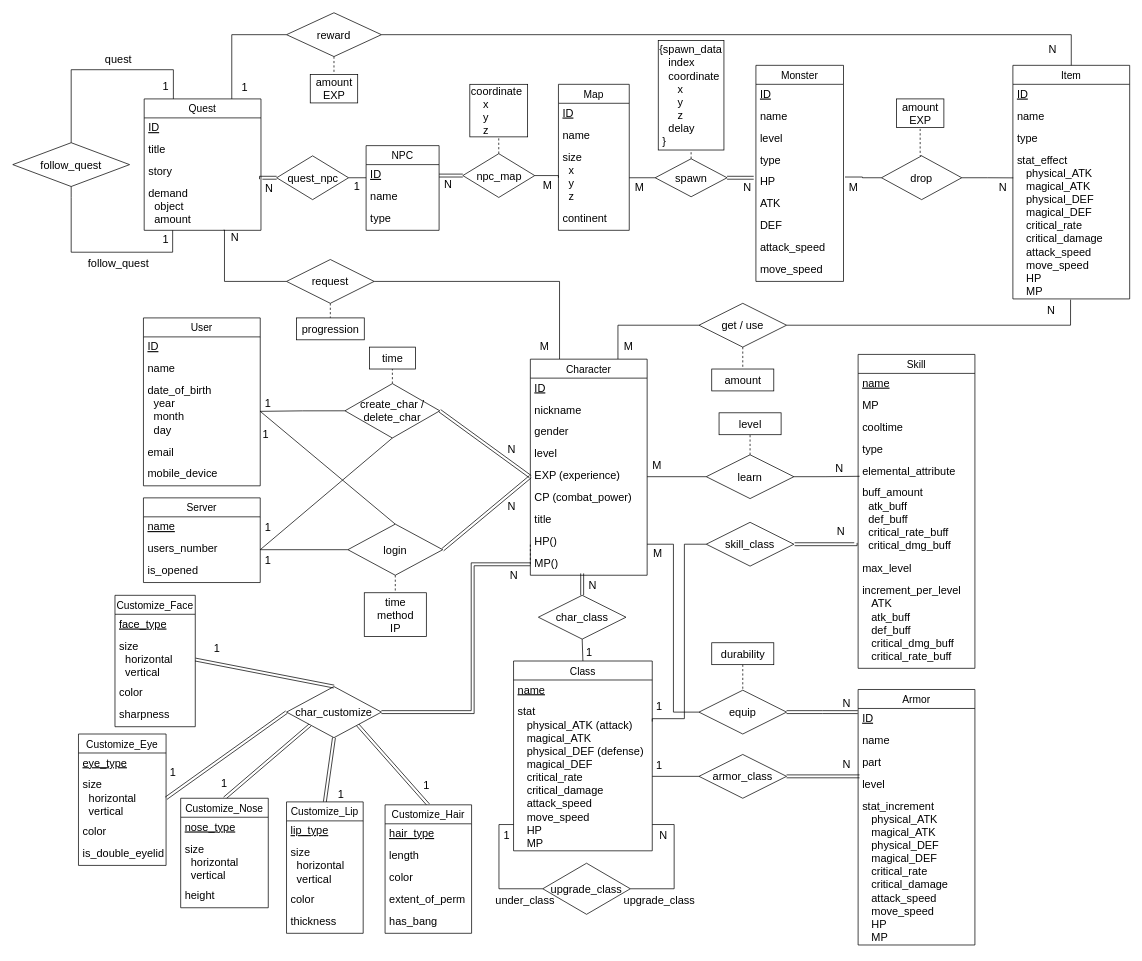
The draw.io diagram MMORPG.drawio in gpdls8370/DB_Report, before the edit. Source tidied: cells renumbered, new cells numbered last; positions are measured from the earlier drawing's top-left corner, leaving out a move shared by most shapes. Both pictures are drawn from the tidied source at 73%, with x=0, y=0 at pixel (12, 12).
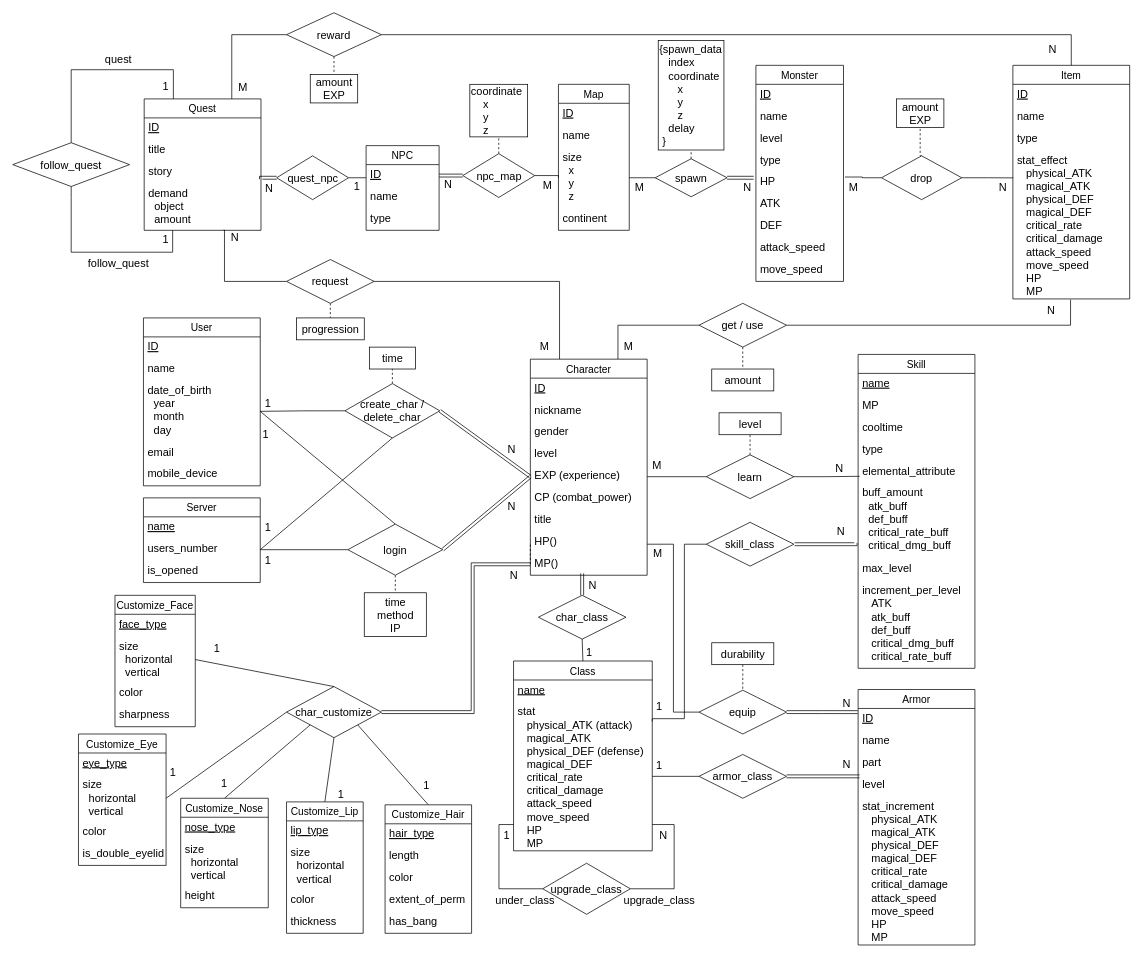
The same page after the edit.

The change refers to these unchanged cells:
```xml
<mxCell id="56" style="group;" parent="1" vertex="1">
  <mxGeometry x="110" y="18" width="278" height="280" as="geometry" />
</mxCell>
<mxCell id="122" value="size&#10;  horizontal&#10;  vertical" style="text;strokeColor=none;fillColor=none;spacingLeft=5;spacingRight=4;overflow=hidden;points=[[0,0.5],[1,0.5]];portConstraint=eastwest;fontSize=15;spacing=1;spacingBottom=-1;spacingTop=-1;" parent="120" vertex="1">
  <mxGeometry y="56" width="120" height="64" as="geometry" />
</mxCell>
<mxCell id="127" value="size&#10;  horizontal&#10;  vertical" style="text;strokeColor=none;fillColor=none;spacingLeft=5;spacingRight=4;overflow=hidden;points=[[0,0.5],[1,0.5]];portConstraint=eastwest;fontSize=15;spacing=1;spacingBottom=-1;spacingTop=-1;" parent="125" vertex="1">
  <mxGeometry y="56" width="110" height="64" as="geometry" />
</mxCell>
<mxCell id="187" value="Customize_Nose" style="swimlane;fontStyle=0;horizontal=1;startSize=26;align=center;fontSize=14;" parent="1" vertex="1">
  <mxGeometry x="230" y="1076" width="120" height="150" as="geometry" />
</mxCell>
<mxCell id="192" value="Customize_Lip" style="swimlane;fontStyle=0;horizontal=1;startSize=26;align=center;fontSize=14;" parent="1" vertex="1">
  <mxGeometry x="375" y="1081" width="105" height="180" as="geometry" />
</mxCell>
<mxCell id="198" value="Customize_Hair" style="swimlane;fontStyle=0;horizontal=1;startSize=26;align=center;fontSize=14;" parent="1" vertex="1">
  <mxGeometry x="510" y="1085" width="118.5" height="176" as="geometry" />
</mxCell>
<mxCell id="204" value="char_customize" style="shape=rhombus;perimeter=rhombusPerimeter;whiteSpace=wrap;html=1;align=center;fontSize=15;" parent="1" vertex="1">
  <mxGeometry x="375" y="923" width="130" height="70" as="geometry" />
</mxCell>
```

Change to the diagram source:
```diff
@@
-    <mxCell id="63" value="1" style="html=1;align=right;verticalAlign=bottom;fontSize=15;" parent="56" vertex="1">
+    <mxCell id="63" value="M" style="html=1;align=right;verticalAlign=bottom;fontSize=15;" parent="56" vertex="1">
       <mxGeometry x="208" y="101" as="geometry">
         <mxPoint x="4" y="-7" as="offset" />
       </mxGeometry>
     </mxCell>
@@
-    <mxCell id="186" style="edgeStyle=none;rounded=0;jettySize=auto;html=1;exitX=0.5;exitY=0;exitDx=0;exitDy=0;entryX=0;entryY=1;entryDx=0;entryDy=0;fontSize=15;endArrow=none;endFill=0;shape=link;" parent="1" edge="1" source="187" target="204">
+    <mxCell id="186" style="edgeStyle=none;rounded=0;jettySize=auto;html=1;exitX=0.5;exitY=0;exitDx=0;exitDy=0;entryX=0;entryY=1;entryDx=0;entryDy=0;fontSize=15;endArrow=none;endFill=0;" parent="1" edge="1" source="187" target="204">
       <mxGeometry relative="1" as="geometry" />
     </mxCell>
@@
-    <mxCell id="191" style="edgeStyle=none;rounded=0;jettySize=auto;html=1;exitX=0.5;exitY=0;exitDx=0;exitDy=0;entryX=0.5;entryY=1;entryDx=0;entryDy=0;fontSize=15;endArrow=none;endFill=0;shape=link;" parent="1" edge="1" source="192" target="204">
+    <mxCell id="191" style="edgeStyle=none;rounded=0;jettySize=auto;html=1;exitX=0.5;exitY=0;exitDx=0;exitDy=0;entryX=0.5;entryY=1;entryDx=0;entryDy=0;fontSize=15;endArrow=none;endFill=0;" parent="1" edge="1" source="192" target="204">
       <mxGeometry relative="1" as="geometry" />
     </mxCell>
@@
-    <mxCell id="197" style="edgeStyle=none;rounded=0;jettySize=auto;html=1;exitX=0.5;exitY=0;exitDx=0;exitDy=0;entryX=1;entryY=1;entryDx=0;entryDy=0;fontSize=15;endArrow=none;endFill=0;shape=link;" parent="1" edge="1" source="198" target="204">
+    <mxCell id="197" style="edgeStyle=none;rounded=0;jettySize=auto;html=1;exitX=0.5;exitY=0;exitDx=0;exitDy=0;entryX=1;entryY=1;entryDx=0;entryDy=0;fontSize=15;endArrow=none;endFill=0;" parent="1" edge="1" source="198" target="204">
       <mxGeometry relative="1" as="geometry" />
     </mxCell>
@@
-    <mxCell id="205" style="edgeStyle=none;rounded=0;jettySize=auto;html=1;exitX=1;exitY=0.5;exitDx=0;exitDy=0;entryX=0.5;entryY=0;entryDx=0;entryDy=0;fontSize=15;endArrow=none;endFill=0;shape=link;" parent="1" edge="1" source="127" target="204">
+    <mxCell id="205" style="edgeStyle=none;rounded=0;jettySize=auto;html=1;exitX=1;exitY=0.5;exitDx=0;exitDy=0;entryX=0.5;entryY=0;entryDx=0;entryDy=0;fontSize=15;endArrow=none;endFill=0;" parent="1" edge="1" source="127" target="204">
       <mxGeometry relative="1" as="geometry" />
     </mxCell>
-    <mxCell id="206" style="edgeStyle=none;rounded=0;jettySize=auto;html=1;exitX=1;exitY=0.5;exitDx=0;exitDy=0;entryX=0;entryY=0.5;entryDx=0;entryDy=0;fontSize=15;endArrow=none;endFill=0;shape=link;" parent="1" edge="1" source="122" target="204">
+    <mxCell id="206" style="edgeStyle=none;rounded=0;jettySize=auto;html=1;exitX=1;exitY=0.5;exitDx=0;exitDy=0;entryX=0;entryY=0.5;entryDx=0;entryDy=0;fontSize=15;endArrow=none;endFill=0;" parent="1" edge="1" source="122" target="204">
       <mxGeometry relative="1" as="geometry" />
     </mxCell>
```
